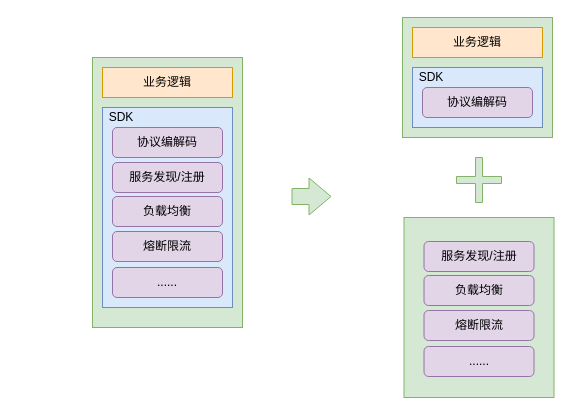
Before: Untitled Diagram.drawio in panniyuyu/think-dast-zh, a draw.io diagram. Source tidied: cells renumbered, new cells numbered last; positions are measured from the earlier drawing's top-left corner, leaving out a move shared by most shapes. Both pictures are drawn from the tidied source at 100%, with x=0, y=0 at pixel (91, 17).
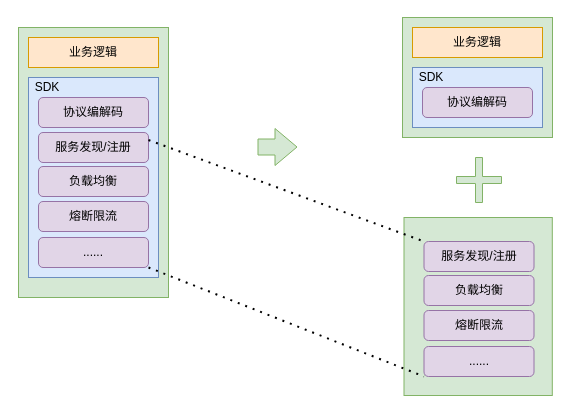
Above is the later version.

The change refers to these unchanged cells:
```xml
<mxCell id="21" value="......" style="rounded=1;whiteSpace=wrap;html=1;fillColor=#e1d5e7;strokeColor=#9673a6;" parent="1" vertex="1">
  <mxGeometry x="332.5" y="329" width="110" height="30" as="geometry" />
</mxCell>
```

Diff of the diagram source:
```diff
@@
+    <mxCell id="17" style="rounded=0;whiteSpace=wrap;html=1;fillColor=#d5e8d4;strokeColor=#82b366;" parent="1" vertex="1">
+      <mxGeometry x="312.5" y="200" width="148.3" height="178" as="geometry" />
+    </mxCell>
     <mxCell id="2" style="rounded=0;whiteSpace=wrap;html=1;fillColor=#d5e8d4;strokeColor=#82b366;" parent="1" vertex="1">
-      <mxGeometry x="1" y="40" width="150" height="270" as="geometry" />
+      <mxGeometry x="-73" y="10" width="150" height="270" as="geometry" />
     </mxCell>
     <mxCell id="3" value="业务逻辑" style="rounded=0;whiteSpace=wrap;html=1;fillColor=#ffe6cc;strokeColor=#d79b00;" parent="1" vertex="1">
-      <mxGeometry x="11" y="50" width="130" height="30" as="geometry" />
+      <mxGeometry x="-63" y="20" width="130" height="30" as="geometry" />
     </mxCell>
     <mxCell id="4" style="rounded=0;whiteSpace=wrap;html=1;fillColor=#dae8fc;strokeColor=#6c8ebf;" parent="1" vertex="1">
-      <mxGeometry x="11" y="90" width="130" height="200" as="geometry" />
+      <mxGeometry x="-63" y="60" width="130" height="200" as="geometry" />
     </mxCell>
     <mxCell id="5" value="协议编解码" style="rounded=1;whiteSpace=wrap;html=1;fillColor=#e1d5e7;strokeColor=#9673a6;" parent="1" vertex="1">
-      <mxGeometry x="21" y="110" width="110" height="30" as="geometry" />
+      <mxGeometry x="-53" y="80" width="110" height="30" as="geometry" />
     </mxCell>
     <mxCell id="6" value="服务发现/注册" style="rounded=1;whiteSpace=wrap;html=1;fillColor=#e1d5e7;strokeColor=#9673a6;" parent="1" vertex="1">
-      <mxGeometry x="21" y="145" width="110" height="30" as="geometry" />
+      <mxGeometry x="-53" y="115" width="110" height="30" as="geometry" />
     </mxCell>
     <mxCell id="7" value="负载均衡" style="rounded=1;whiteSpace=wrap;html=1;fillColor=#e1d5e7;strokeColor=#9673a6;" parent="1" vertex="1">
-      <mxGeometry x="21" y="179" width="110" height="30" as="geometry" />
+      <mxGeometry x="-53" y="149" width="110" height="30" as="geometry" />
     </mxCell>
     <mxCell id="8" value="熔断限流" style="rounded=1;whiteSpace=wrap;html=1;fillColor=#e1d5e7;strokeColor=#9673a6;" parent="1" vertex="1">
-      <mxGeometry x="21" y="214" width="110" height="30" as="geometry" />
+      <mxGeometry x="-53" y="184" width="110" height="30" as="geometry" />
     </mxCell>
     <mxCell id="9" value="......" style="rounded=1;whiteSpace=wrap;html=1;fillColor=#e1d5e7;strokeColor=#9673a6;" parent="1" vertex="1">
-      <mxGeometry x="21" y="250" width="110" height="30" as="geometry" />
+      <mxGeometry x="-53" y="220" width="110" height="30" as="geometry" />
     </mxCell>
     <mxCell id="10" value="SDK" style="text;html=1;strokeColor=none;fillColor=none;align=center;verticalAlign=middle;whiteSpace=wrap;rounded=0;" parent="1" vertex="1">
-      <mxGeometry y="85" width="60" height="30" as="geometry" />
+      <mxGeometry x="-74" y="55" width="60" height="30" as="geometry" />
     </mxCell>
     <mxCell id="11" style="shape=flexArrow;endArrow=classic;html=1;rounded=0;width=16;endSize=7;fillColor=#d5e8d4;strokeColor=#82b366;" parent="1" edge="1">
       <mxGeometry relative="1" as="geometry">
-        <mxPoint x="200" y="179" as="sourcePoint" />
-        <mxPoint x="240" y="179" as="targetPoint" />
+        <mxPoint x="166" y="129.5" as="sourcePoint" />
+        <mxPoint x="206" y="129.5" as="targetPoint" />
       </mxGeometry>
     </mxCell>
@@
-    <mxCell id="17" style="rounded=0;whiteSpace=wrap;html=1;fillColor=#d5e8d4;strokeColor=#82b366;" parent="1" vertex="1">
-      <mxGeometry x="312.5" y="200" width="150" height="180" as="geometry" />
-    </mxCell>
@@
+    <mxCell id="23" style="endArrow=none;dashed=1;html=1;dashPattern=1 3;strokeWidth=2;rounded=0;fontSize=14;jumpStyle=none;exitX=1;exitY=0.25;exitDx=0;exitDy=0;" parent="1" edge="1" source="6">
+      <mxGeometry relative="1" as="geometry">
+        <mxPoint x="332.5" y="224" as="targetPoint" />
+      </mxGeometry>
+    </mxCell>
+    <mxCell id="24" style="endArrow=none;dashed=1;html=1;dashPattern=1 3;strokeWidth=2;rounded=0;fontSize=14;jumpStyle=none;exitX=1;exitY=1;exitDx=0;exitDy=0;entryX=0;entryY=1;entryDx=0;entryDy=0;" parent="1" edge="1" source="9" target="21">
+      <mxGeometry relative="1" as="geometry" />
+    </mxCell>
```
